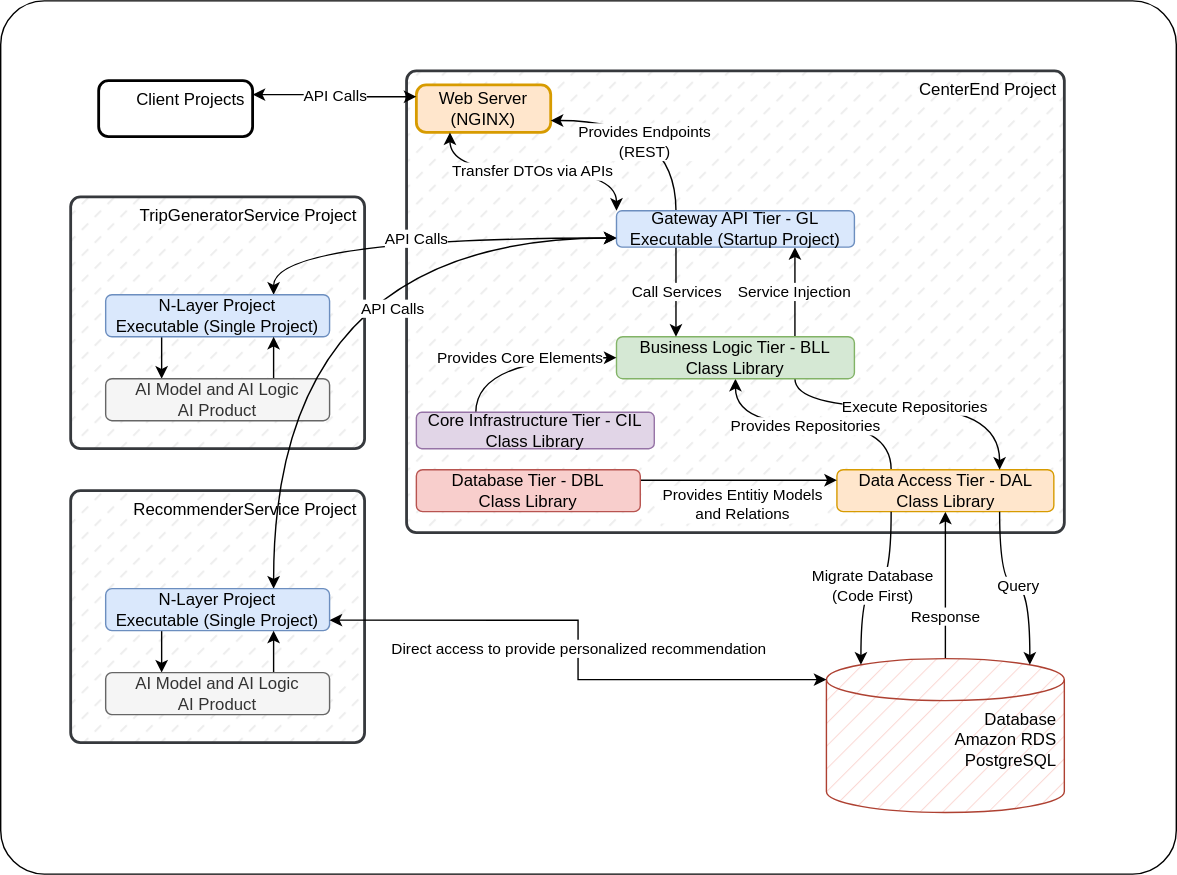
KahlerYasla/wayou-lt keeps this draw.io diagram as software-architecture.svg. Above is the earlier version. Source tidied: cells renumbered, new cells last; positions are measured from the earlier drawing's top-left corner, leaving out a move shared by most shapes.
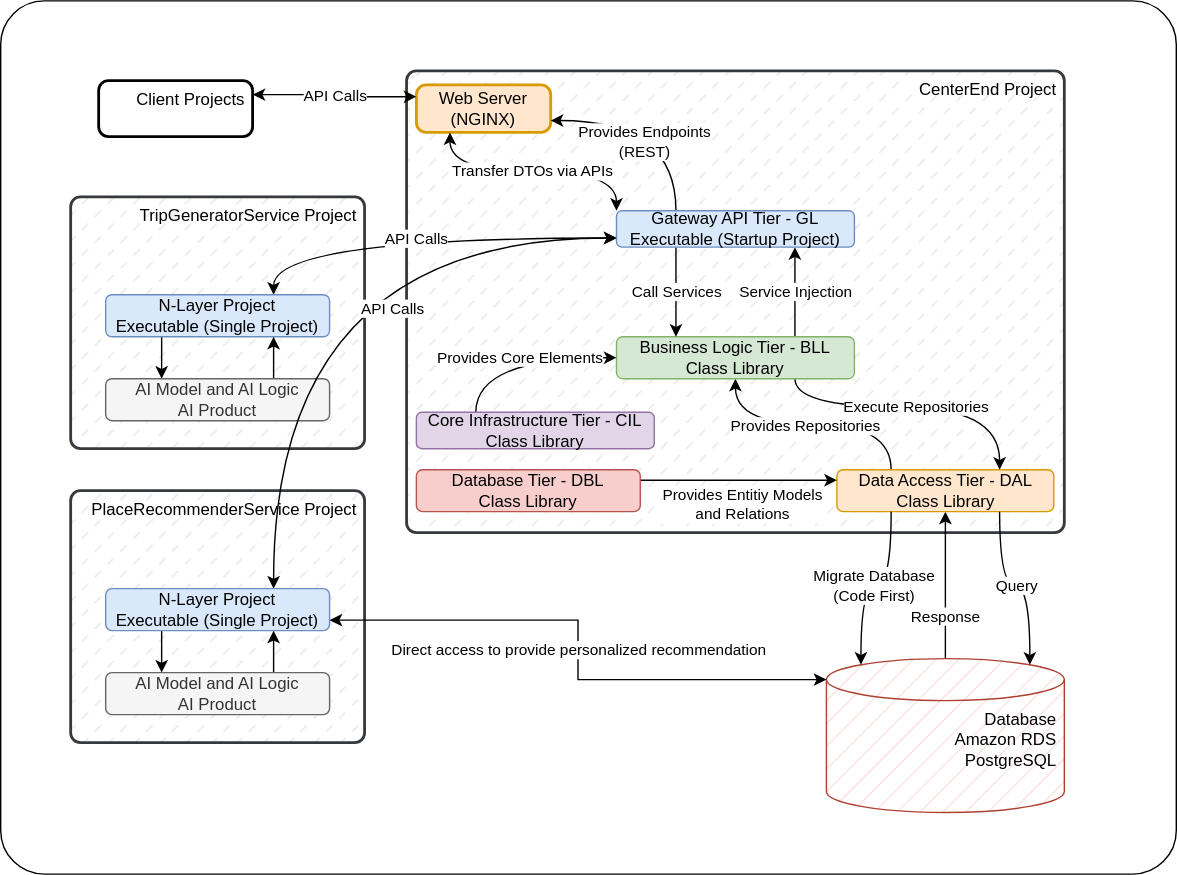
After the commit.

The edit, as a diff of the source:
```diff
@@ -100,7 +100,7 @@
     <mxCell id="30" value="Core Infrastructure Tier - CIL&lt;br&gt;Class Library" style="rounded=1;whiteSpace=wrap;html=1;fillColor=#e1d5e7;strokeColor=#9673a6;" parent="1" vertex="1">
       <mxGeometry x="297" y="294" width="170" height="26" as="geometry" />
     </mxCell>
-    <mxCell id="31" value="RecommenderService Project " style="rounded=1;absoluteArcSize=1;arcSize=14;whiteSpace=wrap;strokeWidth=2;align=right;verticalAlign=top;fillStyle=dashed;fillColor=#eeeeee;strokeColor=#36393d;" parent="1" vertex="1">
+    <mxCell id="31" value="PlaceRecommenderService Project " style="rounded=1;absoluteArcSize=1;arcSize=14;whiteSpace=wrap;strokeWidth=2;align=right;verticalAlign=top;fillStyle=dashed;fillColor=#eeeeee;strokeColor=#36393d;" parent="1" vertex="1">
       <mxGeometry x="50" y="350" width="210" height="180" as="geometry" />
     </mxCell>
     <mxCell id="32" style="edgeStyle=orthogonalEdgeStyle;rounded=0;jettySize=auto;html=1;exitX=0.25;exitY=1;exitDx=0;exitDy=0;entryX=0.25;entryY=0;entryDx=0;entryDy=0;" parent="1" edge="1" source="34" target="36">
```
